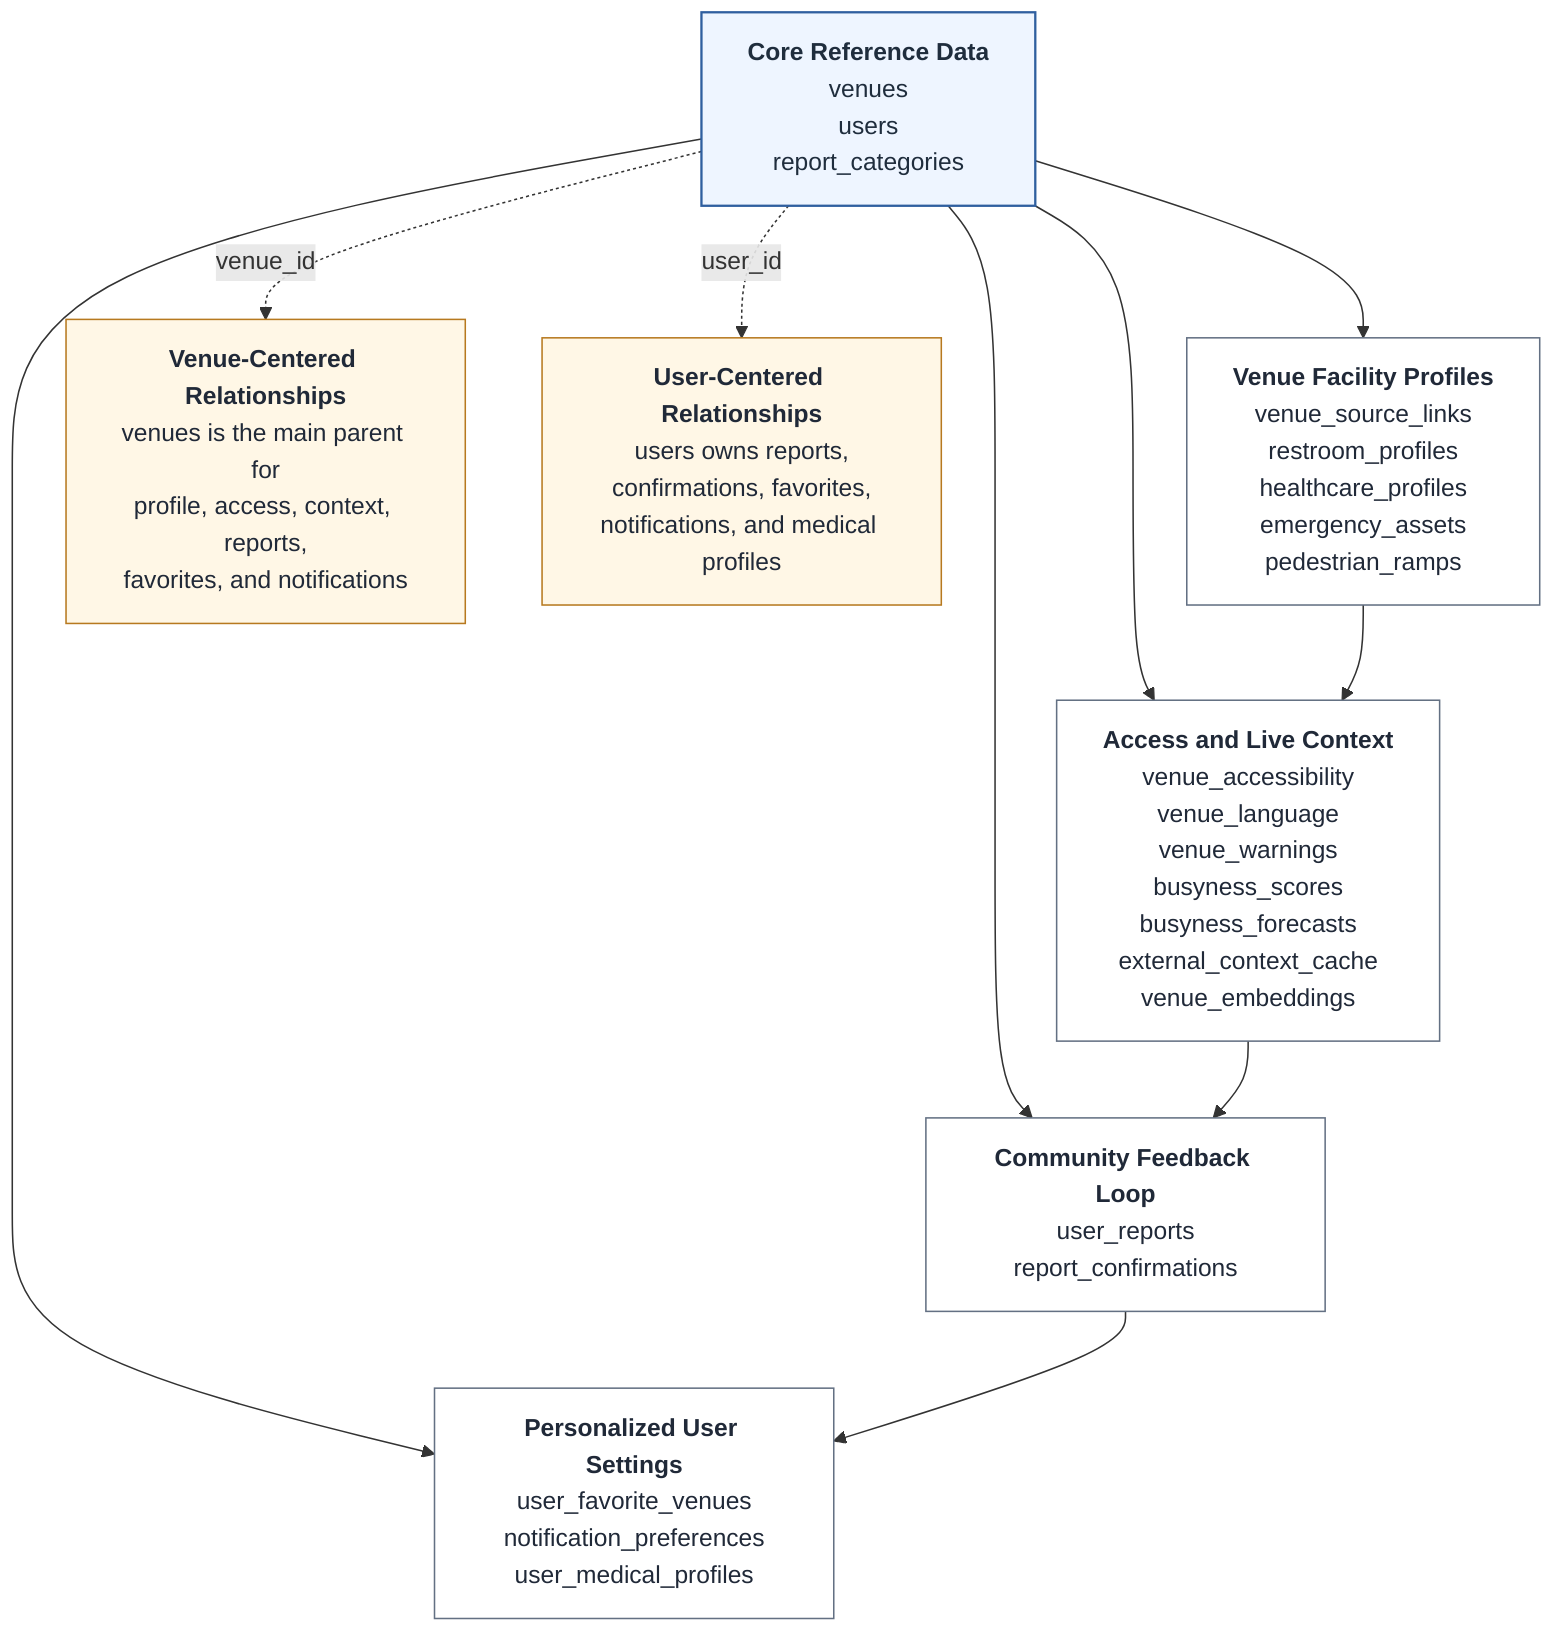
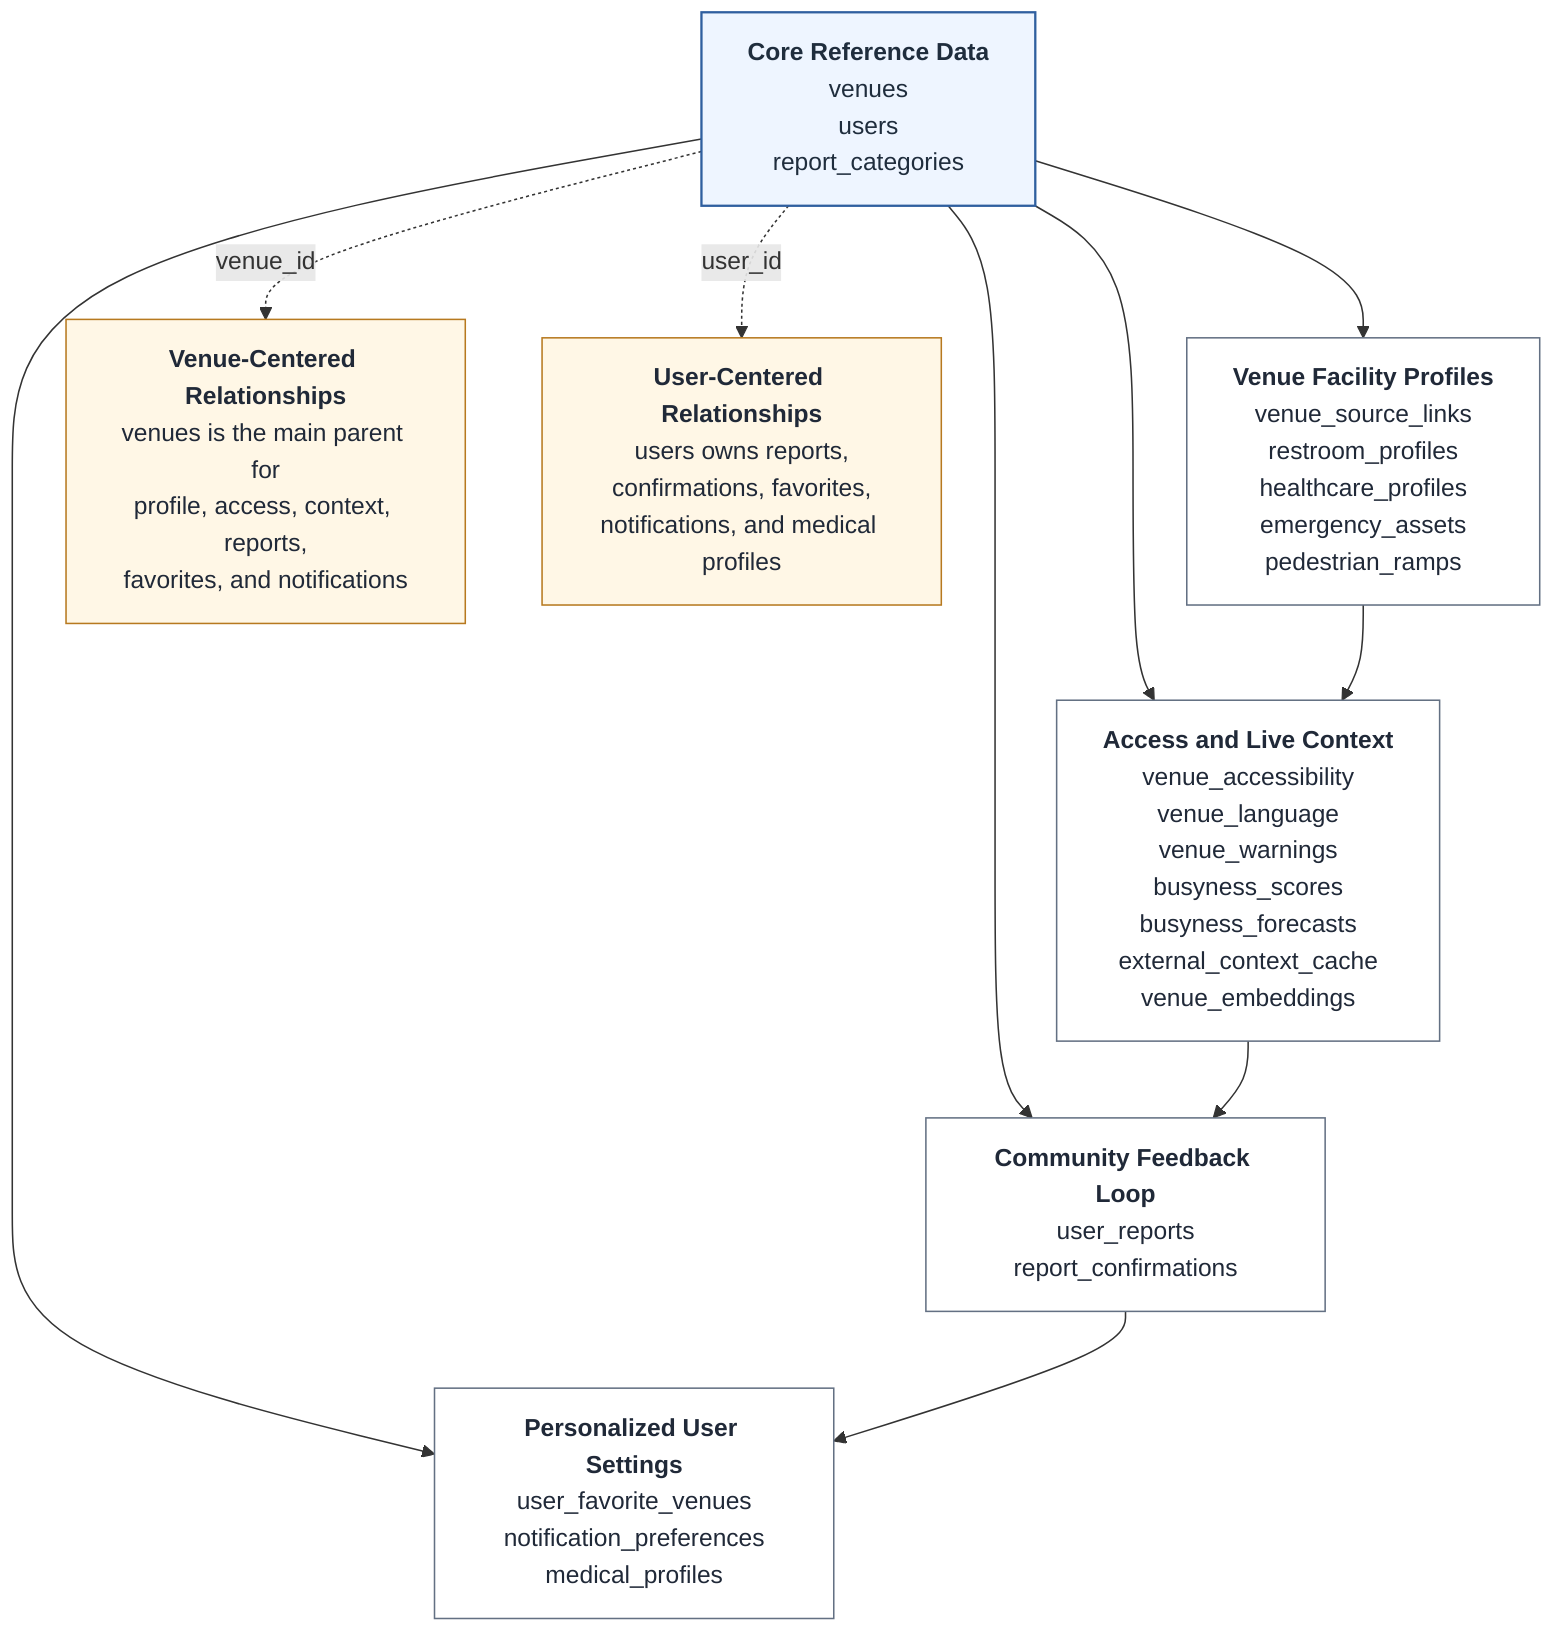
flowchart TB

    %% ClearPath DB - 20 tables, PPT-friendly overview
    %% This simple view prioritizes hierarchy and slide readability.

    core["<b>Core Reference Data</b><br/>venues<br/>users<br/>report_categories"]

    venue_profile["<b>Venue Facility Profiles</b><br/>venue_source_links<br/>restroom_profiles<br/>healthcare_profiles<br/>emergency_assets<br/>pedestrian_ramps"]

    accessibility_context["<b>Access and Live Context</b><br/>venue_accessibility<br/>venue_language<br/>venue_warnings<br/>busyness_scores<br/>busyness_forecasts<br/>external_context_cache<br/>venue_embeddings"]

    user_feedback["<b>Community Feedback Loop</b><br/>user_reports<br/>report_confirmations"]

-     user_preferences["<b>Personalized User Settings</b><br/>user_favorite_venues<br/>notification_preferences<br/>user_medical_profiles"]
+     user_preferences["<b>Personalized User Settings</b><br/>user_favorite_venues<br/>notification_preferences<br/>medical_profiles"]

    core --> venue_profile
    core --> accessibility_context
    core --> user_feedback
    core --> user_preferences

    venues_note["<b>Venue-Centered Relationships</b><br/>venues is the main parent for<br/>profile, access, context, reports,<br/>favorites, and notifications"]
    users_note["<b>User-Centered Relationships</b><br/>users owns reports,<br/>confirmations, favorites,<br/>notifications, and medical profiles"]

    core -. venue_id .-> venues_note
    core -. user_id .-> users_note

    venue_profile --> accessibility_context
    accessibility_context --> user_feedback
    user_feedback --> user_preferences

    classDef coreBox fill:#eef5ff,stroke:#2f5f9f,stroke-width:1.5px,color:#1f2d3d;
    classDef domainBox fill:#ffffff,stroke:#637083,stroke-width:1px,color:#202938;
    classDef noteBox fill:#fff7e6,stroke:#b7791f,stroke-width:1px,color:#202938;

    class core coreBox;
    class venue_profile,accessibility_context,user_feedback,user_preferences domainBox;
    class venues_note,users_note noteBox;
